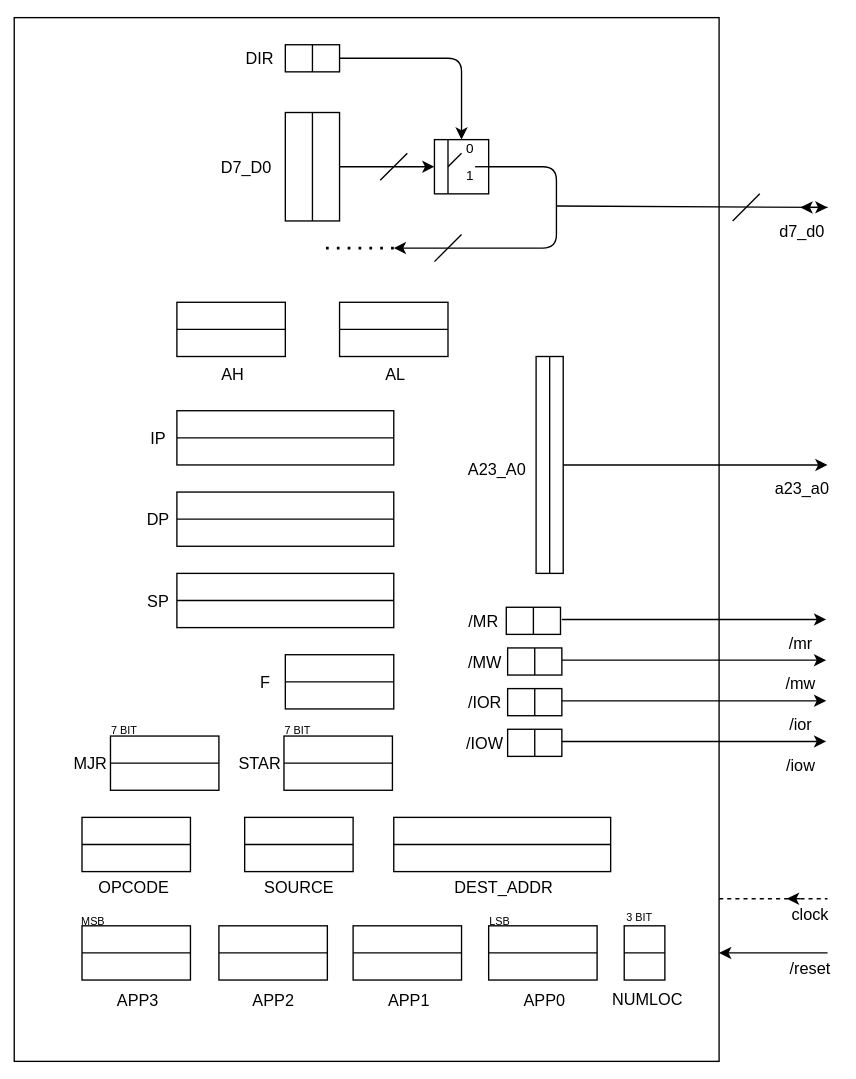
Above: content/file/media public/processore_sEP8.svg in learningDane/uninotes (draw.io), before the change. Source tidied: cells renumbered, new cells last; positions are measured from the earlier drawing's top-left corner, leaving out a move shared by most shapes.
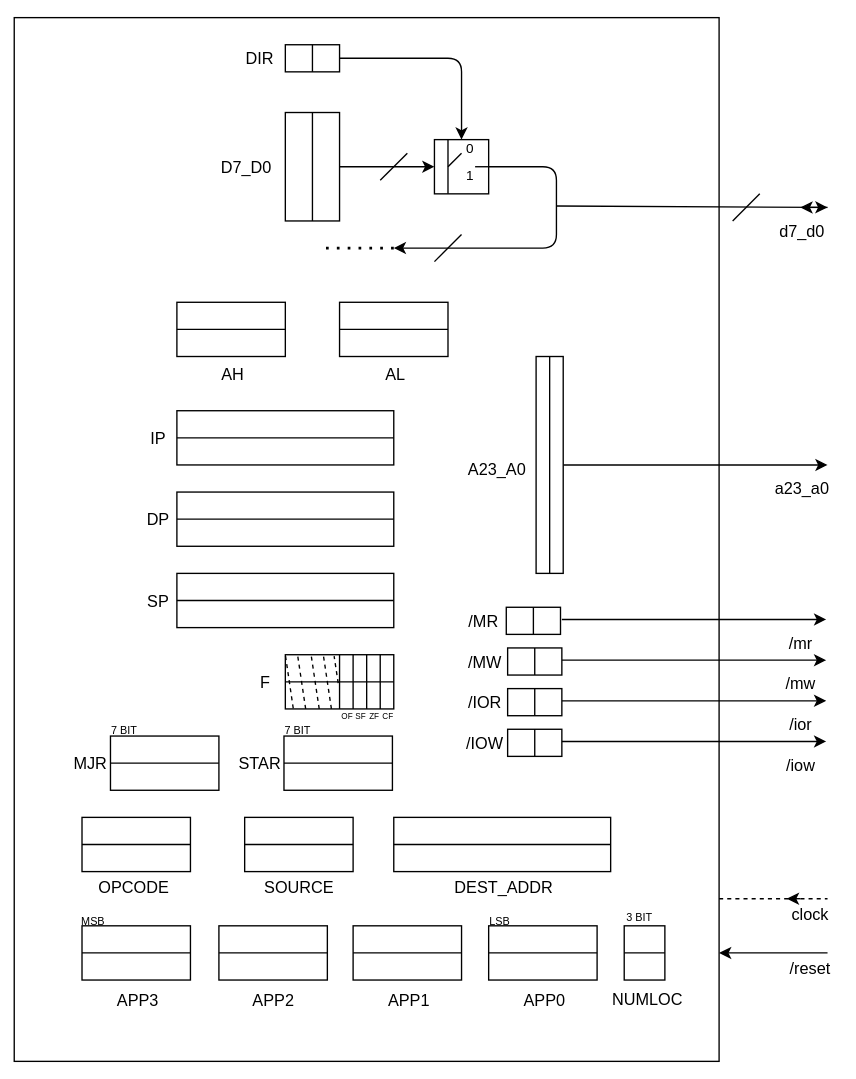
Above is the later version.

Diff of the diagram source:
```diff
@@ -143,6 +143,23 @@
         <mxPoint y="20" as="sourcePoint" />
       </mxGeometry>
     </mxCell>
+    <mxCell id="131" style="endArrow=none;html=1;exitX=1;exitY=0.25;exitDx=0;exitDy=0;" parent="34" edge="1" source="35">
+      <mxGeometry relative="1" as="geometry">
+        <mxPoint x="60" as="targetPoint" />
+      </mxGeometry>
+    </mxCell>
+    <mxCell id="132" style="endArrow=none;html=1;exitX=1;exitY=0.25;exitDx=0;exitDy=0;" parent="34" edge="1">
+      <mxGeometry relative="1" as="geometry">
+        <mxPoint x="50" y="40" as="sourcePoint" />
+        <mxPoint x="50" as="targetPoint" />
+      </mxGeometry>
+    </mxCell>
+    <mxCell id="133" style="endArrow=none;html=1;exitX=1;exitY=0.25;exitDx=0;exitDy=0;" parent="34" edge="1">
+      <mxGeometry relative="1" as="geometry">
+        <mxPoint x="70" y="40" as="sourcePoint" />
+        <mxPoint x="70" as="targetPoint" />
+      </mxGeometry>
+    </mxCell>
     <mxCell id="37" value="F" style="text;html=1;align=center;verticalAlign=middle;strokeColor=none;fillColor=none;" parent="1" vertex="1">
       <mxGeometry x="169" y="475" width="30" height="30" as="geometry" />
     </mxCell>
@@ -169,7 +186,7 @@
       </mxGeometry>
     </mxCell>
     <mxCell id="44" style="group;" parent="1" vertex="1">
-      <mxGeometry x="120" y="410" width="160" height="40" as="geometry" />
+      <mxGeometry x="120" y="410" width="160" height="70" as="geometry" />
     </mxCell>
     <mxCell id="45" style="rounded=0;whiteSpace=wrap;html=1;" parent="44" vertex="1">
       <mxGeometry width="160" height="40" as="geometry" />
@@ -179,6 +196,47 @@
         <mxPoint y="20" as="sourcePoint" />
       </mxGeometry>
     </mxCell>
+    <mxCell id="134" value="OF" style="text;html=1;strokeColor=none;fillColor=none;align=center;verticalAlign=middle;whiteSpace=wrap;rounded=0;fontSize=6;" parent="44" vertex="1">
+      <mxGeometry x="95" y="90" width="60" height="30" as="geometry" />
+    </mxCell>
+    <mxCell id="135" value="SF" style="text;html=1;strokeColor=none;fillColor=none;align=center;verticalAlign=middle;whiteSpace=wrap;rounded=0;fontSize=6;" parent="44" vertex="1">
+      <mxGeometry x="105" y="90" width="60" height="30" as="geometry" />
+    </mxCell>
+    <mxCell id="136" value="ZF" style="text;html=1;strokeColor=none;fillColor=none;align=center;verticalAlign=middle;whiteSpace=wrap;rounded=0;fontSize=6;" parent="44" vertex="1">
+      <mxGeometry x="115" y="90" width="60" height="30" as="geometry" />
+    </mxCell>
+    <mxCell id="137" value="CF" style="text;html=1;strokeColor=none;fillColor=none;align=center;verticalAlign=middle;whiteSpace=wrap;rounded=0;fontSize=6;" parent="44" vertex="1">
+      <mxGeometry x="125" y="90" width="60" height="30" as="geometry" />
+    </mxCell>
+    <mxCell id="138" style="endArrow=none;dashed=1;html=1;exitX=0.989;exitY=0.927;exitDx=0;exitDy=0;exitPerimeter=0;" parent="44" edge="1" source="35">
+      <mxGeometry relative="1" as="geometry">
+        <mxPoint x="80" y="60" as="targetPoint" />
+      </mxGeometry>
+    </mxCell>
+    <mxCell id="139" style="endArrow=none;dashed=1;html=1;exitX=0.989;exitY=0.927;exitDx=0;exitDy=0;exitPerimeter=0;" parent="44" edge="1">
+      <mxGeometry relative="1" as="geometry">
+        <mxPoint x="95" y="100" as="sourcePoint" />
+        <mxPoint x="89" y="60" as="targetPoint" />
+      </mxGeometry>
+    </mxCell>
+    <mxCell id="140" style="endArrow=none;dashed=1;html=1;exitX=0.989;exitY=0.927;exitDx=0;exitDy=0;exitPerimeter=0;" parent="44" edge="1">
+      <mxGeometry relative="1" as="geometry">
+        <mxPoint x="105" y="100" as="sourcePoint" />
+        <mxPoint x="99" y="60" as="targetPoint" />
+      </mxGeometry>
+    </mxCell>
+    <mxCell id="141" style="endArrow=none;dashed=1;html=1;exitX=0.989;exitY=0.927;exitDx=0;exitDy=0;exitPerimeter=0;" parent="44" edge="1">
+      <mxGeometry relative="1" as="geometry">
+        <mxPoint x="114" y="100" as="sourcePoint" />
+        <mxPoint x="108" y="60" as="targetPoint" />
+      </mxGeometry>
+    </mxCell>
+    <mxCell id="142" style="endArrow=none;dashed=1;html=1;exitX=0.5;exitY=0;exitDx=0;exitDy=0;" parent="44" edge="1">
+      <mxGeometry relative="1" as="geometry">
+        <mxPoint x="119" y="81" as="sourcePoint" />
+        <mxPoint x="116" y="61" as="targetPoint" />
+      </mxGeometry>
+    </mxCell>
     <mxCell id="47" style="group;" parent="1" vertex="1">
       <mxGeometry x="385" y="250" width="20" height="160" as="geometry" />
     </mxCell>
@@ -494,5 +552,10 @@
     <mxCell id="130" value="MSB" style="text;html=1;align=center;verticalAlign=middle;strokeColor=none;fillColor=none;fontSize=8;" parent="1" vertex="1">
       <mxGeometry x="37" y="656" width="40" height="20" as="geometry" />
     </mxCell>
+    <mxCell id="143" style="endArrow=none;html=1;exitX=1;exitY=0.5;exitDx=0;exitDy=0;" parent="1" edge="1" source="35">
+      <mxGeometry relative="1" as="geometry">
+        <mxPoint x="240" y="470" as="targetPoint" />
+      </mxGeometry>
+    </mxCell>
   </root>
 </mxGraphModel>
```
